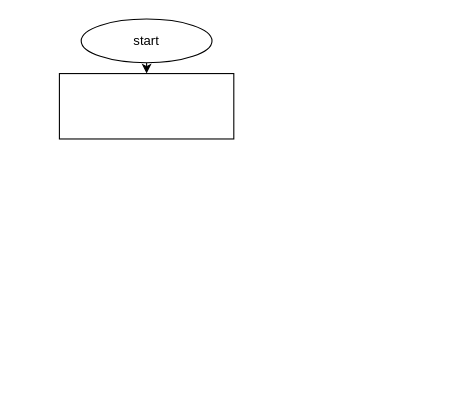
The draw.io diagram scheme.drawio in Margarita-MR/control-work, before the edit. Source tidied: cells renumbered, new cells numbered last; positions are measured from the earlier drawing's top-left corner, leaving out a move shared by most shapes. Both pictures are drawn from the tidied source at 109%, with x=0, y=0 at pixel (59, 19).
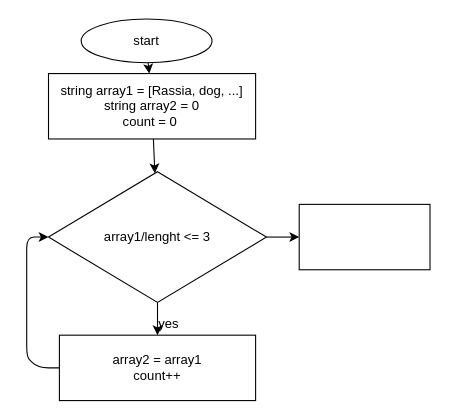
After the change.

Commit message:
Окончательный результат

Change to the diagram source:
```diff
@@
 <mxGraphModel>
   <root>
     <mxCell id="0" />
     <mxCell id="1" parent="0" />
     <mxCell id="2" style="edgeStyle=none;html=1;" parent="1" edge="1" source="3" target="4">
       <mxGeometry relative="1" as="geometry" />
     </mxCell>
     <mxCell id="3" value="start" style="ellipse;whiteSpace=wrap;html=1;" parent="1" vertex="1">
       <mxGeometry x="20" width="120" height="40" as="geometry" />
     </mxCell>
+    <mxCell id="5" style="edgeStyle=none;html=1;" parent="1" edge="1" source="4" target="8">
+      <mxGeometry relative="1" as="geometry" />
+    </mxCell>
-    <mxCell id="4" style="whiteSpace=wrap;html=1;" parent="1" vertex="1">
-      <mxGeometry y="50" width="160" height="60" as="geometry" />
+    <mxCell id="4" value="string array1 = [Rassia, dog, ...]&lt;br&gt;string array2 = 0&lt;br&gt;count = 0&amp;nbsp;" style="whiteSpace=wrap;html=1;" parent="1" vertex="1">
+      <mxGeometry x="-10" y="50" width="190" height="60" as="geometry" />
     </mxCell>
+    <mxCell id="6" style="edgeStyle=none;html=1;" parent="1" edge="1" source="8" target="10">
+      <mxGeometry relative="1" as="geometry" />
+    </mxCell>
+    <mxCell id="7" style="edgeStyle=none;html=1;" parent="1" edge="1" source="8" target="12">
+      <mxGeometry relative="1" as="geometry" />
+    </mxCell>
+    <mxCell id="8" value="array1/lenght &amp;lt;= 3" style="rhombus;whiteSpace=wrap;html=1;" parent="1" vertex="1">
+      <mxGeometry x="-10" y="140" width="200" height="120" as="geometry" />
+    </mxCell>
+    <mxCell id="9" style="edgeStyle=none;html=1;entryX=0;entryY=0.5;entryDx=0;entryDy=0;" parent="1" edge="1" source="10" target="8">
+      <mxGeometry relative="1" as="geometry">
+        <Array as="points">
+          <mxPoint x="-20" y="320" />
+          <mxPoint x="-30" y="310" />
+          <mxPoint x="-30" y="250" />
+          <mxPoint x="-30" y="200" />
+        </Array>
+      </mxGeometry>
+    </mxCell>
+    <mxCell id="10" value="array2 = array1&lt;br&gt;count++" style="whiteSpace=wrap;html=1;" parent="1" vertex="1">
+      <mxGeometry y="290" width="180" height="60" as="geometry" />
+    </mxCell>
+    <mxCell id="11" value="yes" style="text;html=1;align=center;verticalAlign=middle;strokeColor=none;fillColor=none;" parent="1" vertex="1">
+      <mxGeometry x="85" y="270" width="30" height="20" as="geometry" />
+    </mxCell>
+    <mxCell id="12" style="whiteSpace=wrap;html=1;" parent="1" vertex="1">
+      <mxGeometry x="220" y="170" width="120" height="60" as="geometry" />
+    </mxCell>
   </root>
 </mxGraphModel>
```
